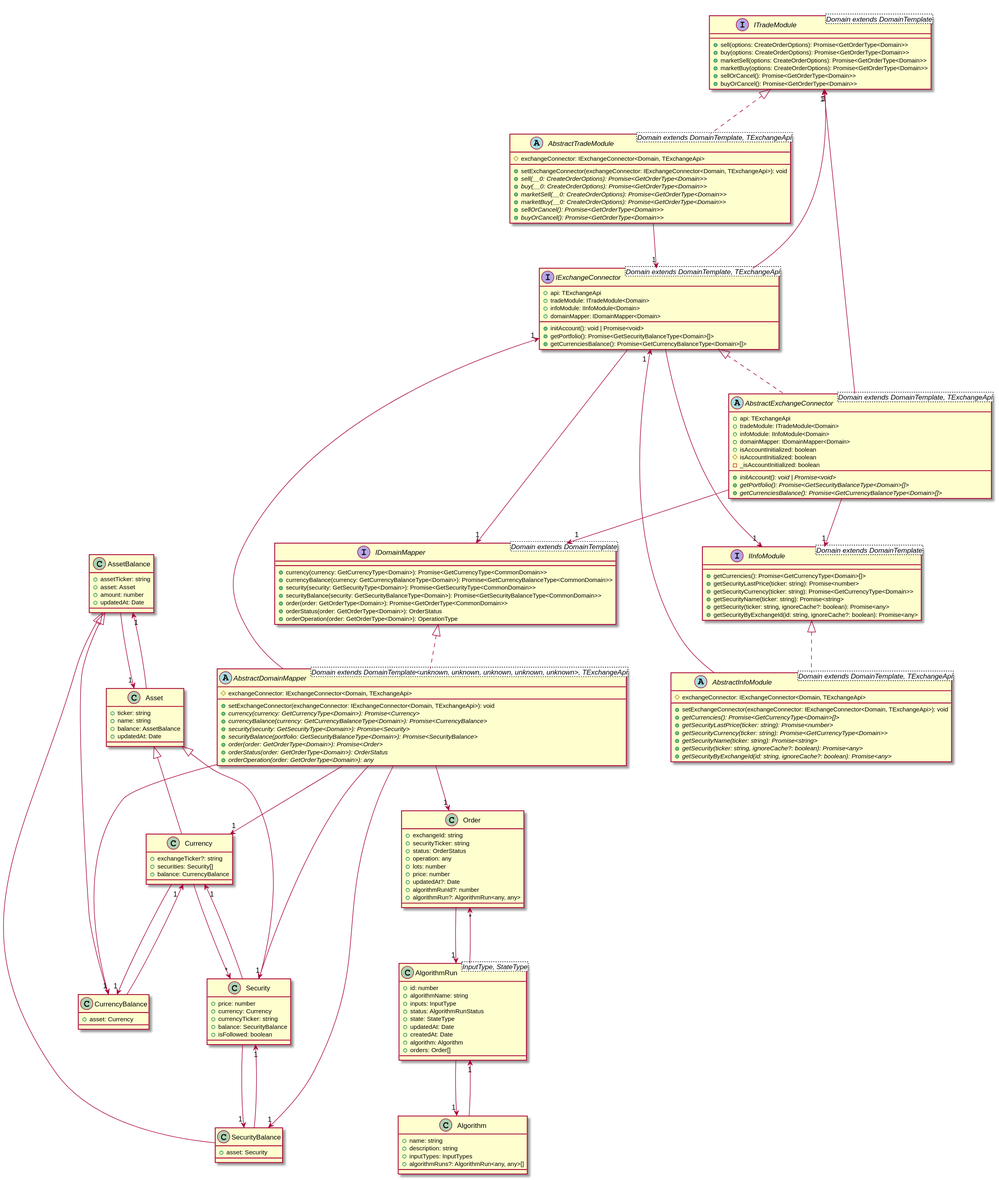
Before: apps/docs/public/diagrams/domain.svg, a diagram exported from PlantUML (d0rich/tradeb0t).
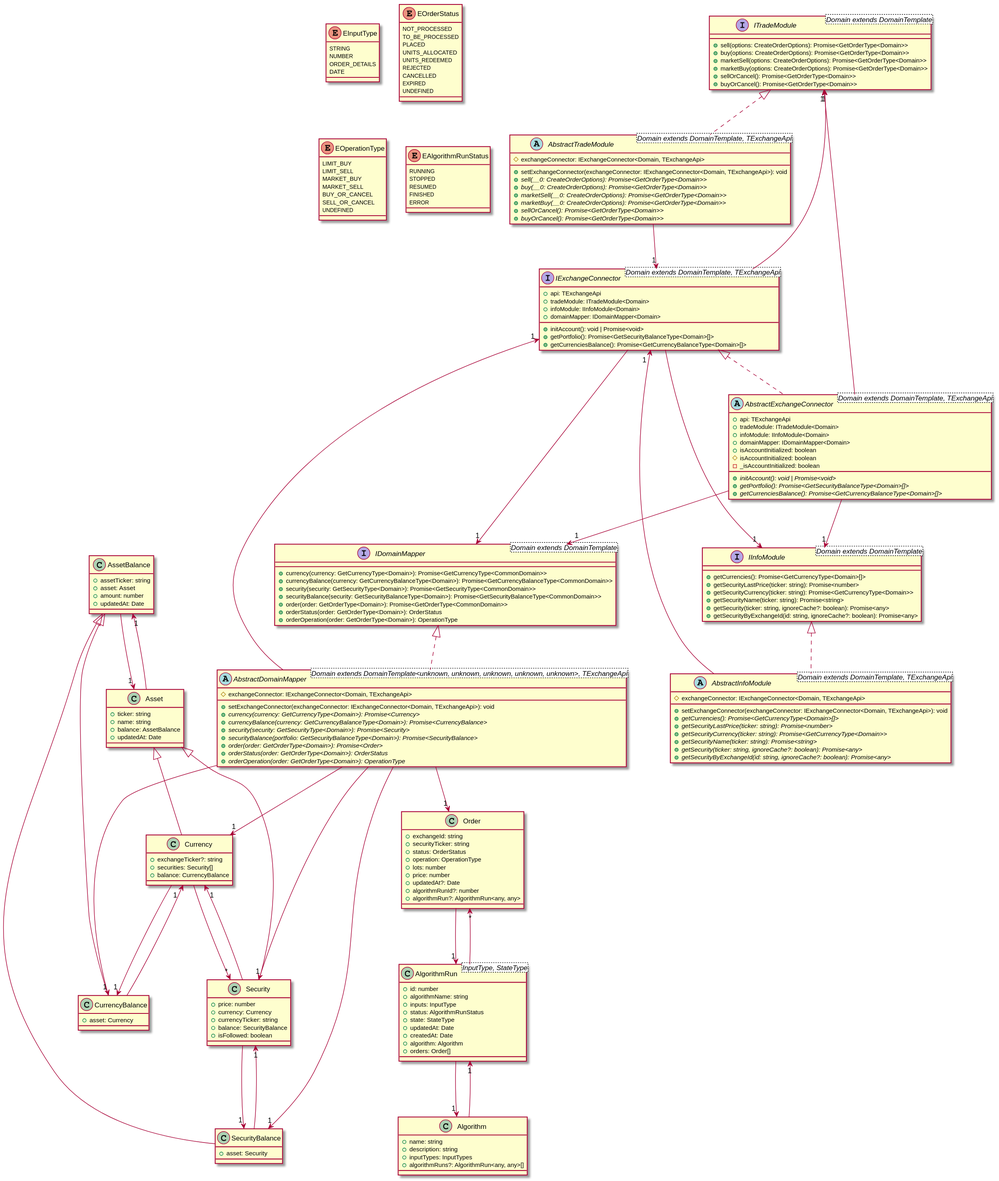
After the commit.

Diff of the diagram source:
```diff
@@ -56,22 +56,55 @@
     #isAccountInitialized: boolean
     -_isAccountInitialized: boolean
 }
+enum EInputType {
+    STRING
+    NUMBER
+    ORDER_DETAILS
+    DATE
+}
 class Algorithm {
     +name: string
     +description: string
     +inputTypes: InputTypes
     +algorithmRuns?: AlgorithmRun<any, any>[]
 }
+enum EOrderStatus {
+    NOT_PROCESSED
+    TO_BE_PROCESSED
+    PLACED
+    UNITS_ALLOCATED
+    UNITS_REDEEMED
+    REJECTED
+    CANCELLED
+    EXPIRED
+    UNDEFINED
+}
+enum EOperationType {
+    LIMIT_BUY
+    LIMIT_SELL
+    MARKET_BUY
+    MARKET_SELL
+    BUY_OR_CANCEL
+    SELL_OR_CANCEL
+    UNDEFINED
+}
 class Order {
     +exchangeId: string
     +securityTicker: string
     +status: OrderStatus
-    +operation: any
+    +operation: OperationType
     +lots: number
     +price: number
     +updatedAt?: Date
     +algorithmRunId?: number
     +algorithmRun?: AlgorithmRun<any, any>
+}
+enum EAlgorithmRunStatus {
+    RUNNING
+    STOPPED
+    RESUMED
+    FINISHED
+    ERROR
 }
 class AlgorithmRun<InputType, StateType> {
     +id: number
@@ -123,7 +156,7 @@
     +{abstract} securityBalance(portfolio: GetSecurityBalanceType<Domain>): Promise<SecurityBalance>
     +{abstract} order(order: GetOrderType<Domain>): Promise<Order>
     +{abstract} orderStatus(order: GetOrderType<Domain>): OrderStatus
-    +{abstract} orderOperation(order: GetOrderType<Domain>): any
+    +{abstract} orderOperation(order: GetOrderType<Domain>): OperationType
 }
 interface IDomainMapper<Domain extends DomainTemplate> {
     +currency(currency: GetCurrencyType<Domain>): Promise<GetCurrencyType<CommonDomain>>
```
